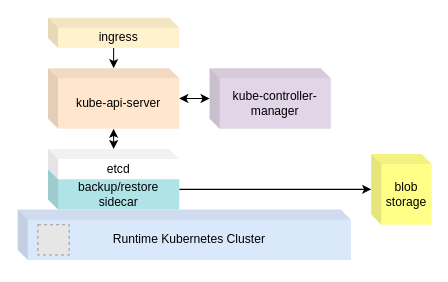
This is page "virtual controlplane" (1 of 3) of docs/assets/diagrams/vc.drawio from ironcore-scrapyard/virtual-controlplane, a draw.io file, before an edit. Source tidied: cells renumbered, new cells numbered last; positions are measured from the earlier drawing's top-left corner, leaving out a move shared by most shapes. Both pictures are drawn from the tidied source at 101%, with x=0, y=0 at pixel (17, 17). Pictures stored in the file or linked from it are replaced by grey dashed boxes.
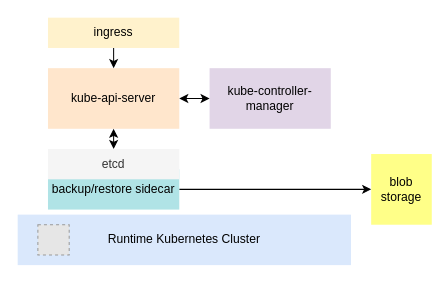
The same diagram, later.

What changed in the source:
```diff
@@
 <mxGraphModel>
   <root>
     <mxCell id="0" />
     <mxCell id="1" parent="0" />
-    <mxCell id="2" value="kube-api-server" style="shape=cube;whiteSpace=wrap;html=1;boundedLbl=1;backgroundOutline=1;darkOpacity=0.05;darkOpacity2=0.1;size=10;fillColor=#ffe6cc;strokeColor=none;" parent="1" vertex="1">
+    <mxCell id="2" value="kube-api-server" style="whiteSpace=wrap;html=1;boundedLbl=1;backgroundOutline=1;darkOpacity=0.05;darkOpacity2=0.1;size=10;fillColor=#ffe6cc;strokeColor=none;" parent="1" vertex="1">
       <mxGeometry x="30" y="50" width="130" height="60" as="geometry" />
     </mxCell>
-    <mxCell id="3" value="kube-controller-manager" style="shape=cube;whiteSpace=wrap;html=1;boundedLbl=1;backgroundOutline=1;darkOpacity=0.05;darkOpacity2=0.1;size=10;fillColor=#e1d5e7;strokeColor=none;" parent="1" vertex="1">
+    <mxCell id="3" value="kube-controller-manager" style="whiteSpace=wrap;html=1;boundedLbl=1;backgroundOutline=1;darkOpacity=0.05;darkOpacity2=0.1;size=10;fillColor=#e1d5e7;strokeColor=none;" parent="1" vertex="1">
       <mxGeometry x="190" y="50" width="120" height="60" as="geometry" />
     </mxCell>
     <mxCell id="4" style="endArrow=classic;startArrow=classic;html=1;exitX=1;exitY=0.5;exitDx=0;exitDy=0;" parent="1" edge="1" source="2">
       <mxGeometry relative="1" as="geometry">
         <mxPoint x="190" y="80" as="targetPoint" />
       </mxGeometry>
     </mxCell>
-    <mxCell id="5" value="Runtime Kubernetes Cluster" style="shape=cube;whiteSpace=wrap;html=1;boundedLbl=1;backgroundOutline=1;darkOpacity=0.05;darkOpacity2=0.1;size=10;fillColor=#dae8fc;strokeColor=none;" parent="1" vertex="1">
-      <mxGeometry y="190" width="330" height="50" as="geometry" />
+    <mxCell id="5" value="Runtime Kubernetes Cluster" style="whiteSpace=wrap;html=1;boundedLbl=1;backgroundOutline=1;darkOpacity=0.05;darkOpacity2=0.1;size=10;fillColor=#dae8fc;strokeColor=none;" parent="1" vertex="1">
+      <mxGeometry y="195" width="330" height="50" as="geometry" />
     </mxCell>
     <mxCell id="6" style="endArrow=classic;startArrow=classic;html=1;exitX=0.5;exitY=1;exitDx=0;exitDy=0;" parent="1" edge="1" source="2" target="13">
       <mxGeometry relative="1" as="geometry" />
     </mxCell>
     <mxCell id="7" style="fillColor=#E6E6E6;strokeColor=#999999;dashed=1;verticalLabelPosition=bottom;labelBackgroundColor=#ffffff;verticalAlign=top;" parent="1" vertex="1">
       <mxGeometry x="20" y="205" width="31" height="30" as="geometry" />
     </mxCell>
-    <mxCell id="8" value="ingress" style="shape=cube;whiteSpace=wrap;html=1;boundedLbl=1;backgroundOutline=1;darkOpacity=0.05;darkOpacity2=0.1;size=10;fillColor=#fff2cc;strokeColor=none;" parent="1" vertex="1">
+    <mxCell id="8" value="ingress" style="whiteSpace=wrap;html=1;boundedLbl=1;backgroundOutline=1;darkOpacity=0.05;darkOpacity2=0.1;size=10;fillColor=#fff2cc;strokeColor=none;" parent="1" vertex="1">
       <mxGeometry x="30" width="130" height="30" as="geometry" />
     </mxCell>
     <mxCell id="9" style="endArrow=classic;html=1;exitX=0.5;exitY=1;exitDx=0;exitDy=0;entryX=0.5;entryY=0;entryDx=0;entryDy=0;" parent="1" edge="1" source="8" target="2">
       <mxGeometry relative="1" as="geometry" />
     </mxCell>
-    <mxCell id="10" value="blob&lt;br&gt;storage" style="shape=cube;whiteSpace=wrap;html=1;boundedLbl=1;backgroundOutline=1;darkOpacity=0.05;darkOpacity2=0.1;size=10;fillColor=#ffff88;strokeColor=none;" parent="1" vertex="1">
+    <mxCell id="10" value="blob&lt;br&gt;storage" style="whiteSpace=wrap;html=1;boundedLbl=1;backgroundOutline=1;darkOpacity=0.05;darkOpacity2=0.1;size=10;fillColor=#ffff88;strokeColor=none;" parent="1" vertex="1">
       <mxGeometry x="350" y="135" width="60" height="70" as="geometry" />
     </mxCell>
     <mxCell id="11" style="endArrow=classic;html=1;exitX=1;exitY=0.5;exitDx=0;exitDy=0;" parent="1" edge="1" source="12" target="10">
       <mxGeometry relative="1" as="geometry" />
     </mxCell>
-    <mxCell id="12" value="backup/restore sidecar" style="shape=cube;whiteSpace=wrap;html=1;boundedLbl=1;backgroundOutline=1;darkOpacity=0.05;darkOpacity2=0.1;size=10;fillColor=#b0e3e6;strokeColor=none;" parent="1" vertex="1">
+    <mxCell id="12" value="backup/restore sidecar" style="whiteSpace=wrap;html=1;boundedLbl=1;backgroundOutline=1;darkOpacity=0.05;darkOpacity2=0.1;size=10;fillColor=#b0e3e6;strokeColor=none;" parent="1" vertex="1">
       <mxGeometry x="30" y="150" width="130" height="40" as="geometry" />
     </mxCell>
-    <mxCell id="13" value="etcd" style="shape=cube;whiteSpace=wrap;html=1;boundedLbl=1;backgroundOutline=1;darkOpacity=0.05;darkOpacity2=0.1;gradientColor=none;size=10;strokeColor=none;" parent="1" vertex="1">
+    <mxCell id="13" value="etcd" style="whiteSpace=wrap;html=1;boundedLbl=1;backgroundOutline=1;darkOpacity=0.05;darkOpacity2=0.1;size=10;fillColor=#f5f5f5;fontColor=#333333;strokeColor=none;" parent="1" vertex="1">
       <mxGeometry x="30" y="130" width="130" height="30" as="geometry" />
     </mxCell>
   </root>
 </mxGraphModel>
```
